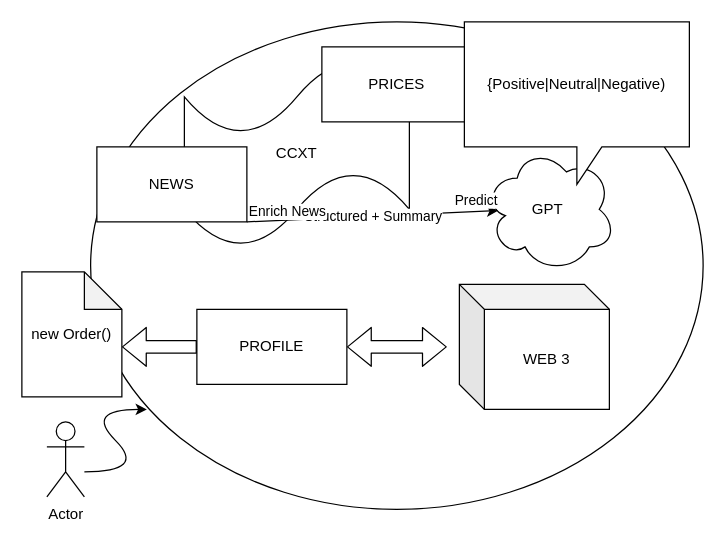
Before: docs/schema.drawio in xsa-dev/news-trader, a draw.io diagram. Source tidied: cells renumbered, new cells numbered last; positions are measured from the earlier drawing's top-left corner, leaving out a move shared by most shapes. Both pictures are drawn from the tidied source at 125%, with x=0, y=0 at pixel (21, 21).
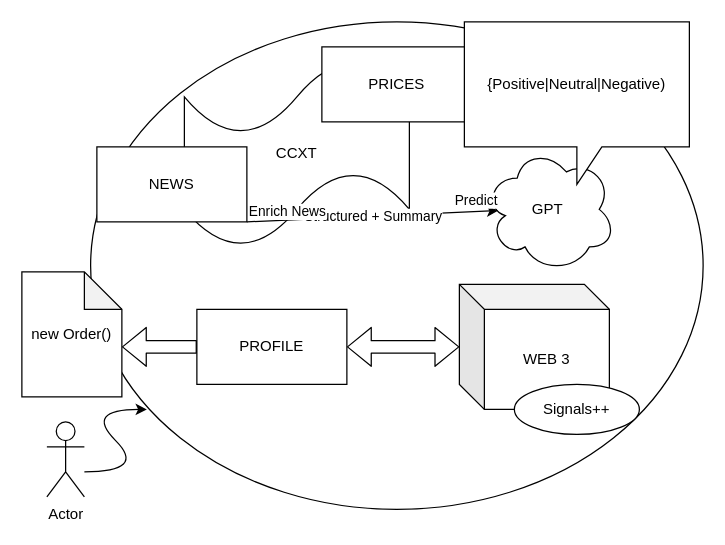
The same diagram, later.

Commit message (it also covers changes not shown here):
fome schema fix

Unchanged cells that the change refers to:
```xml
<mxCell id="6" value="WEB 3" style="shape=cube;whiteSpace=wrap;html=1;boundedLbl=1;backgroundOutline=1;darkOpacity=0.05;darkOpacity2=0.1;" parent="1" vertex="1">
  <mxGeometry x="350" y="210" width="120" height="100" as="geometry" />
</mxCell>
<mxCell id="9" value="PROFILE" style="whiteSpace=wrap;html=1;" parent="1" vertex="1">
  <mxGeometry x="140" y="230" width="120" height="60" as="geometry" />
</mxCell>
```

Diff of the diagram source:
```diff
@@
-    <mxCell id="11" style="shape=flexArrow;endArrow=classic;startArrow=classic;html=1;exitX=1;exitY=0.5;exitDx=0;exitDy=0;" parent="1" edge="1" source="9">
-      <mxGeometry relative="1" as="geometry">
-        <mxPoint x="340" y="260" as="targetPoint" />
-      </mxGeometry>
+    <mxCell id="11" style="shape=flexArrow;endArrow=classic;startArrow=classic;html=1;exitX=1;exitY=0.5;exitDx=0;exitDy=0;" parent="1" edge="1" source="9" target="6">
+      <mxGeometry relative="1" as="geometry" />
     </mxCell>
@@
+    <mxCell id="19" value="Signals++" style="ellipse;whiteSpace=wrap;html=1;align=center;newEdgeStyle={&quot;edgeStyle&quot;:&quot;entityRelationEdgeStyle&quot;,&quot;startArrow&quot;:&quot;none&quot;,&quot;endArrow&quot;:&quot;none&quot;,&quot;segment&quot;:10,&quot;curved&quot;:1,&quot;sourcePerimeterSpacing&quot;:0,&quot;targetPerimeterSpacing&quot;:0};" parent="1" vertex="1">
+      <mxGeometry x="394" y="290" width="100" height="40" as="geometry" />
+    </mxCell>
```
